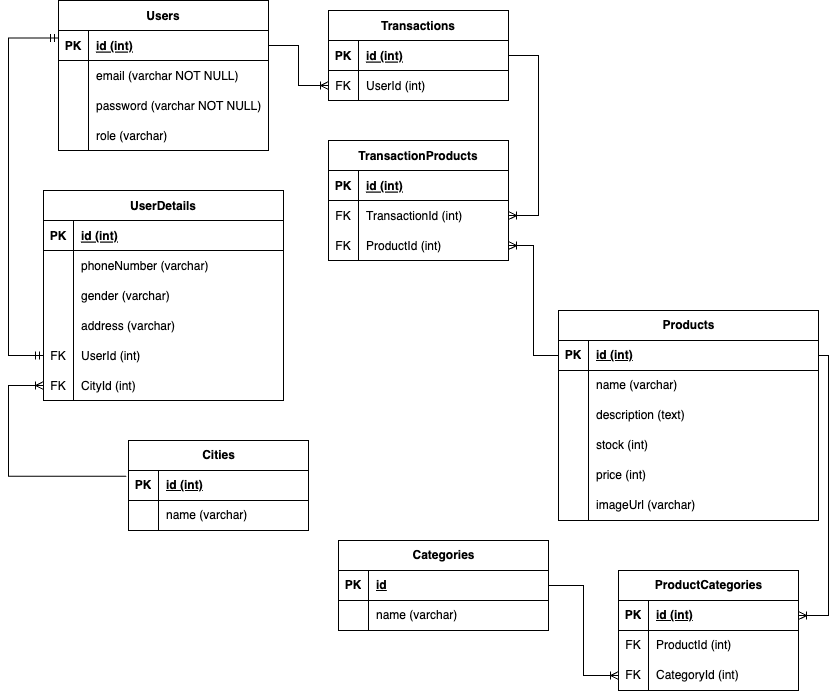
The draw.io diagram schema.drawio.png in ariiqramadhan/p1-project, before a commit. Source tidied: cells renumbered, new cells last; positions are measured from the earlier drawing's top-left corner, leaving out a move shared by most shapes.
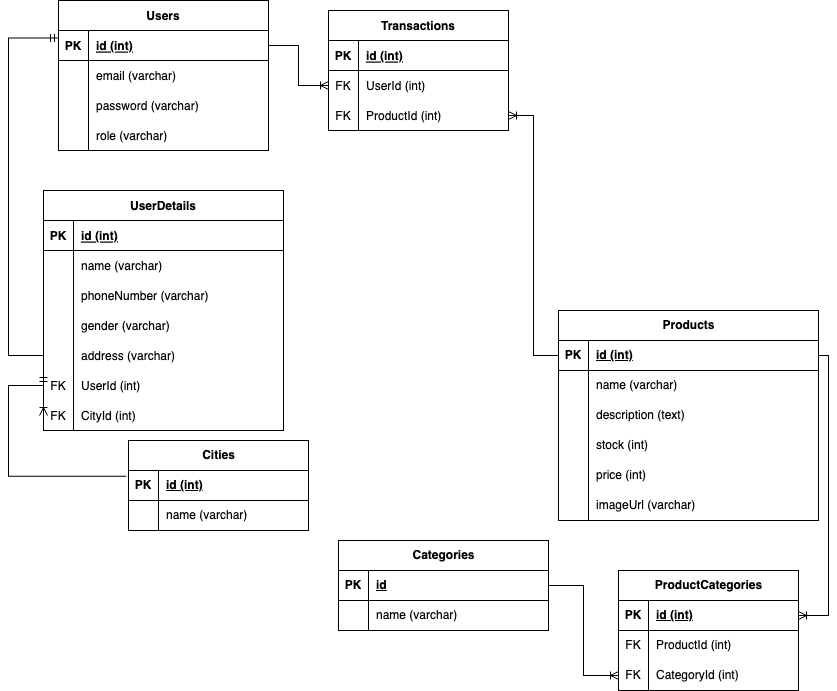
Above is the later version.

The edit, as a diff of the source:
```diff
@@ -20,7 +20,7 @@
     <mxCell id="7" style="shape=partialRectangle;fillColor=none;top=0;left=0;bottom=0;right=0;overflow=hidden;" parent="6" vertex="1">
       <mxGeometry width="30" height="30" as="geometry" />
     </mxCell>
-    <mxCell id="8" value="email (varchar NOT NULL)" style="shape=partialRectangle;fillColor=none;top=0;left=0;bottom=0;right=0;align=left;spacingLeft=6;overflow=hidden;" parent="6" vertex="1">
+    <mxCell id="8" value="email (varchar)" style="shape=partialRectangle;fillColor=none;top=0;left=0;bottom=0;right=0;align=left;spacingLeft=6;overflow=hidden;" parent="6" vertex="1">
       <mxGeometry x="30" width="180" height="30" as="geometry" />
     </mxCell>
     <mxCell id="9" style="shape=tableRow;horizontal=0;startSize=0;swimlaneHead=0;swimlaneBody=0;fillColor=none;top=0;left=0;right=0;bottom=0;" parent="2" vertex="1">
@@ -29,7 +29,7 @@
     <mxCell id="10" style="shape=partialRectangle;fillColor=none;top=0;left=0;bottom=0;right=0;overflow=hidden;" parent="9" vertex="1">
       <mxGeometry width="30" height="30" as="geometry" />
     </mxCell>
-    <mxCell id="11" value="password (varchar NOT NULL)" style="shape=partialRectangle;fillColor=none;top=0;left=0;bottom=0;right=0;align=left;spacingLeft=6;overflow=hidden;" parent="9" vertex="1">
+    <mxCell id="11" value="password (varchar)" style="shape=partialRectangle;fillColor=none;top=0;left=0;bottom=0;right=0;align=left;spacingLeft=6;overflow=hidden;" parent="9" vertex="1">
       <mxGeometry x="30" width="180" height="30" as="geometry" />
     </mxCell>
     <mxCell id="12" style="shape=tableRow;horizontal=0;startSize=0;swimlaneHead=0;swimlaneBody=0;fillColor=none;top=0;left=0;right=0;bottom=0;" parent="2" vertex="1">
@@ -42,7 +42,7 @@
       <mxGeometry x="30" width="180" height="30" as="geometry" />
     </mxCell>
     <mxCell id="15" value="UserDetails" style="shape=table;startSize=30;rowLines=0;fontStyle=1;align=center;" parent="1" vertex="1">
-      <mxGeometry x="35" y="190" width="240" height="210" as="geometry" />
+      <mxGeometry x="35" y="190" width="240" height="240" as="geometry" />
     </mxCell>
     <mxCell id="16" style="shape=tableRow;horizontal=0;startSize=0;swimlaneHead=0;swimlaneBody=0;fillColor=none;top=0;left=0;right=0;bottom=1;" parent="15" vertex="1">
       <mxGeometry y="30" width="240" height="30" as="geometry" />
@@ -53,8 +53,17 @@
     <mxCell id="18" value="id (int)" style="shape=partialRectangle;fillColor=none;top=0;left=0;bottom=0;right=0;align=left;spacingLeft=6;fontStyle=5;overflow=hidden;" parent="16" vertex="1">
       <mxGeometry x="30" width="210" height="30" as="geometry" />
     </mxCell>
+    <mxCell id="101" style="shape=tableRow;horizontal=0;startSize=0;swimlaneHead=0;swimlaneBody=0;fillColor=none;top=0;left=0;right=0;bottom=0;" parent="15" vertex="1">
+      <mxGeometry y="60" width="240" height="30" as="geometry" />
+    </mxCell>
+    <mxCell id="102" style="shape=partialRectangle;fillColor=none;top=0;left=0;bottom=0;right=0;overflow=hidden;" parent="101" vertex="1">
+      <mxGeometry width="30" height="30" as="geometry" />
+    </mxCell>
+    <mxCell id="103" value="name (varchar)" style="shape=partialRectangle;fillColor=none;top=0;left=0;bottom=0;right=0;align=left;spacingLeft=6;overflow=hidden;" parent="101" vertex="1">
+      <mxGeometry x="30" width="210" height="30" as="geometry" />
+    </mxCell>
     <mxCell id="19" style="shape=tableRow;horizontal=0;startSize=0;swimlaneHead=0;swimlaneBody=0;fillColor=none;top=0;left=0;right=0;bottom=0;" parent="15" vertex="1">
-      <mxGeometry y="60" width="240" height="30" as="geometry" />
+      <mxGeometry y="90" width="240" height="30" as="geometry" />
     </mxCell>
     <mxCell id="20" style="shape=partialRectangle;fillColor=none;top=0;left=0;bottom=0;right=0;overflow=hidden;" parent="19" vertex="1">
       <mxGeometry width="30" height="30" as="geometry" />
@@ -63,7 +72,7 @@
       <mxGeometry x="30" width="210" height="30" as="geometry" />
     </mxCell>
     <mxCell id="22" style="shape=tableRow;horizontal=0;startSize=0;swimlaneHead=0;swimlaneBody=0;fillColor=none;top=0;left=0;right=0;bottom=0;" parent="15" vertex="1">
-      <mxGeometry y="90" width="240" height="30" as="geometry" />
+      <mxGeometry y="120" width="240" height="30" as="geometry" />
     </mxCell>
     <mxCell id="23" style="shape=partialRectangle;fillColor=none;top=0;left=0;bottom=0;right=0;overflow=hidden;" parent="22" vertex="1">
       <mxGeometry width="30" height="30" as="geometry" />
@@ -72,7 +81,7 @@
       <mxGeometry x="30" width="210" height="30" as="geometry" />
     </mxCell>
     <mxCell id="25" style="shape=tableRow;horizontal=0;startSize=0;swimlaneHead=0;swimlaneBody=0;fillColor=none;top=0;left=0;right=0;bottom=0;" parent="15" vertex="1">
-      <mxGeometry y="120" width="240" height="30" as="geometry" />
+      <mxGeometry y="150" width="240" height="30" as="geometry" />
     </mxCell>
     <mxCell id="26" style="shape=partialRectangle;fillColor=none;top=0;left=0;bottom=0;right=0;overflow=hidden;" parent="25" vertex="1">
       <mxGeometry width="30" height="30" as="geometry" />
@@ -81,7 +90,7 @@
       <mxGeometry x="30" width="210" height="30" as="geometry" />
     </mxCell>
     <mxCell id="28" style="shape=tableRow;horizontal=0;startSize=0;swimlaneHead=0;swimlaneBody=0;fillColor=none;points=[[0,0.5],[1,0.5]];portConstraint=eastwest;top=0;left=0;right=0;bottom=0;" parent="15" vertex="1">
-      <mxGeometry y="150" width="240" height="30" as="geometry" />
+      <mxGeometry y="180" width="240" height="30" as="geometry" />
     </mxCell>
     <mxCell id="29" value="FK" style="shape=partialRectangle;fillColor=none;top=0;left=0;bottom=0;right=0;overflow=hidden;" parent="28" vertex="1">
       <mxGeometry width="30" height="30" as="geometry" />
@@ -90,7 +99,7 @@
       <mxGeometry x="30" width="210" height="30" as="geometry" />
     </mxCell>
     <mxCell id="31" style="shape=tableRow;horizontal=0;startSize=0;swimlaneHead=0;swimlaneBody=0;fillColor=none;points=[[0,0.5],[1,0.5]];portConstraint=eastwest;top=0;left=0;right=0;bottom=0;" parent="15" vertex="1">
-      <mxGeometry y="180" width="240" height="30" as="geometry" />
+      <mxGeometry y="210" width="240" height="30" as="geometry" />
     </mxCell>
     <mxCell id="32" value="FK" style="shape=partialRectangle;fillColor=none;top=0;left=0;bottom=0;right=0;overflow=hidden;" parent="31" vertex="1">
       <mxGeometry width="30" height="30" as="geometry" />
@@ -99,7 +108,7 @@
       <mxGeometry x="30" width="210" height="30" as="geometry" />
     </mxCell>
     <mxCell id="34" value="Transactions" style="shape=table;startSize=30;rowLines=0;fontStyle=1;align=center;" parent="1" vertex="1">
-      <mxGeometry x="320" y="10" width="180" height="90" as="geometry" />
+      <mxGeometry x="320" y="10" width="180" height="120" as="geometry" />
     </mxCell>
     <mxCell id="35" style="shape=tableRow;horizontal=0;startSize=0;swimlaneHead=0;swimlaneBody=0;fillColor=none;points=[[0,0.5],[1,0.5]];portConstraint=eastwest;top=0;left=0;right=0;bottom=1;" parent="34" vertex="1">
       <mxGeometry y="30" width="180" height="30" as="geometry" />
@@ -119,33 +128,12 @@
     <mxCell id="40" value="UserId (int)" style="shape=partialRectangle;fillColor=none;top=0;left=0;bottom=0;right=0;align=left;spacingLeft=6;overflow=hidden;" parent="38" vertex="1">
       <mxGeometry x="30" width="150" height="30" as="geometry" />
     </mxCell>
-    <mxCell id="41" value="TransactionProducts" style="shape=table;startSize=30;rowLines=0;fontStyle=1;align=center;" parent="1" vertex="1">
-      <mxGeometry x="320" y="140" width="180" height="120" as="geometry" />
-    </mxCell>
-    <mxCell id="42" style="shape=tableRow;horizontal=0;startSize=0;swimlaneHead=0;swimlaneBody=0;fillColor=none;top=0;left=0;right=0;bottom=1;" parent="41" vertex="1">
-      <mxGeometry y="30" width="180" height="30" as="geometry" />
-    </mxCell>
-    <mxCell id="43" value="PK" style="shape=partialRectangle;fillColor=none;top=0;left=0;bottom=0;right=0;fontStyle=1;overflow=hidden;" parent="42" vertex="1">
-      <mxGeometry width="30" height="30" as="geometry" />
-    </mxCell>
-    <mxCell id="44" value="id (int)" style="shape=partialRectangle;fillColor=none;top=0;left=0;bottom=0;right=0;align=left;spacingLeft=6;fontStyle=5;overflow=hidden;" parent="42" vertex="1">
-      <mxGeometry x="30" width="150" height="30" as="geometry" />
-    </mxCell>
-    <mxCell id="45" style="shape=tableRow;horizontal=0;startSize=0;swimlaneHead=0;swimlaneBody=0;fillColor=none;points=[[0,0.5],[1,0.5]];portConstraint=eastwest;top=0;left=0;right=0;bottom=0;" parent="41" vertex="1">
-      <mxGeometry y="60" width="180" height="30" as="geometry" />
-    </mxCell>
-    <mxCell id="46" value="FK" style="shape=partialRectangle;fillColor=none;top=0;left=0;bottom=0;right=0;overflow=hidden;" parent="45" vertex="1">
-      <mxGeometry width="30" height="30" as="geometry" />
-    </mxCell>
-    <mxCell id="47" value="TransactionId (int)" style="shape=partialRectangle;fillColor=none;top=0;left=0;bottom=0;right=0;align=left;spacingLeft=6;overflow=hidden;" parent="45" vertex="1">
-      <mxGeometry x="30" width="150" height="30" as="geometry" />
-    </mxCell>
-    <mxCell id="48" style="shape=tableRow;horizontal=0;startSize=0;swimlaneHead=0;swimlaneBody=0;fillColor=none;points=[[0,0.5],[1,0.5]];portConstraint=eastwest;top=0;left=0;right=0;bottom=0;" parent="41" vertex="1">
+    <mxCell id="48" style="shape=tableRow;horizontal=0;startSize=0;swimlaneHead=0;swimlaneBody=0;fillColor=none;points=[[0,0.5],[1,0.5]];portConstraint=eastwest;top=0;left=0;right=0;bottom=0;" parent="34" vertex="1">
       <mxGeometry y="90" width="180" height="30" as="geometry" />
     </mxCell>
-    <mxCell id="49" value="FK" style="shape=partialRectangle;fillColor=none;top=0;left=0;bottom=0;right=0;overflow=hidden;" parent="48" vertex="1">
-      <mxGeometry width="30" height="30" as="geometry" />
-    </mxCell>
+    <mxCell id="104" value="FK" style="shape=partialRectangle;fillColor=none;top=0;left=0;bottom=0;right=0;overflow=hidden;" parent="48" vertex="1">
+      <mxGeometry width="30" height="30" as="geometry" />
+    </mxCell>
     <mxCell id="50" value="ProductId (int)" style="shape=partialRectangle;fillColor=none;top=0;left=0;bottom=0;right=0;align=left;spacingLeft=6;overflow=hidden;" parent="48" vertex="1">
       <mxGeometry x="30" width="150" height="30" as="geometry" />
     </mxCell>
@@ -297,22 +285,14 @@
     <mxCell id="96" style="edgeStyle=orthogonalEdgeStyle;rounded=0;html=1;exitX=1;exitY=0.5;exitDx=0;exitDy=0;entryX=0;entryY=0.5;entryDx=0;entryDy=0;startArrow=none;startFill=0;endArrow=ERoneToMany;endFill=0;" parent="1" edge="1" source="3" target="38">
       <mxGeometry relative="1" as="geometry" />
     </mxCell>
-    <mxCell id="97" style="edgeStyle=orthogonalEdgeStyle;rounded=0;html=1;exitX=1;exitY=0.5;exitDx=0;exitDy=0;entryX=1;entryY=0.5;entryDx=0;entryDy=0;startArrow=none;startFill=0;endArrow=ERoneToMany;endFill=0;" parent="1" edge="1" source="35" target="45">
-      <mxGeometry relative="1" as="geometry">
-        <Array as="points">
-          <mxPoint x="530" y="55" />
-          <mxPoint x="530" y="215" />
-        </Array>
-      </mxGeometry>
-    </mxCell>
-    <mxCell id="98" style="edgeStyle=orthogonalEdgeStyle;rounded=0;html=1;exitX=1;exitY=0.5;exitDx=0;exitDy=0;entryX=0;entryY=0.5;entryDx=0;entryDy=0;startArrow=ERoneToMany;startFill=0;endArrow=none;endFill=0;" parent="1" edge="1" source="48" target="52">
-      <mxGeometry relative="1" as="geometry" />
-    </mxCell>
     <mxCell id="99" style="edgeStyle=orthogonalEdgeStyle;rounded=0;html=1;exitX=0;exitY=0.5;exitDx=0;exitDy=0;entryX=1;entryY=0.5;entryDx=0;entryDy=0;startArrow=ERoneToMany;startFill=0;endArrow=none;endFill=0;" parent="1" edge="1" source="84" target="71">
       <mxGeometry relative="1" as="geometry" />
     </mxCell>
     <mxCell id="100" style="edgeStyle=orthogonalEdgeStyle;html=1;exitX=1;exitY=0.5;exitDx=0;exitDy=0;entryX=1;entryY=0.5;entryDx=0;entryDy=0;endArrow=ERoneToMany;endFill=0;rounded=0;" parent="1" edge="1" source="52" target="78">
       <mxGeometry relative="1" as="geometry" />
     </mxCell>
+    <mxCell id="98" style="edgeStyle=orthogonalEdgeStyle;rounded=0;html=1;exitX=1;exitY=0.5;exitDx=0;exitDy=0;entryX=0;entryY=0.5;entryDx=0;entryDy=0;endArrow=none;endFill=0;startArrow=ERoneToMany;startFill=0;" parent="1" edge="1" source="48" target="52">
+      <mxGeometry relative="1" as="geometry" />
+    </mxCell>
   </root>
 </mxGraphModel>
```
